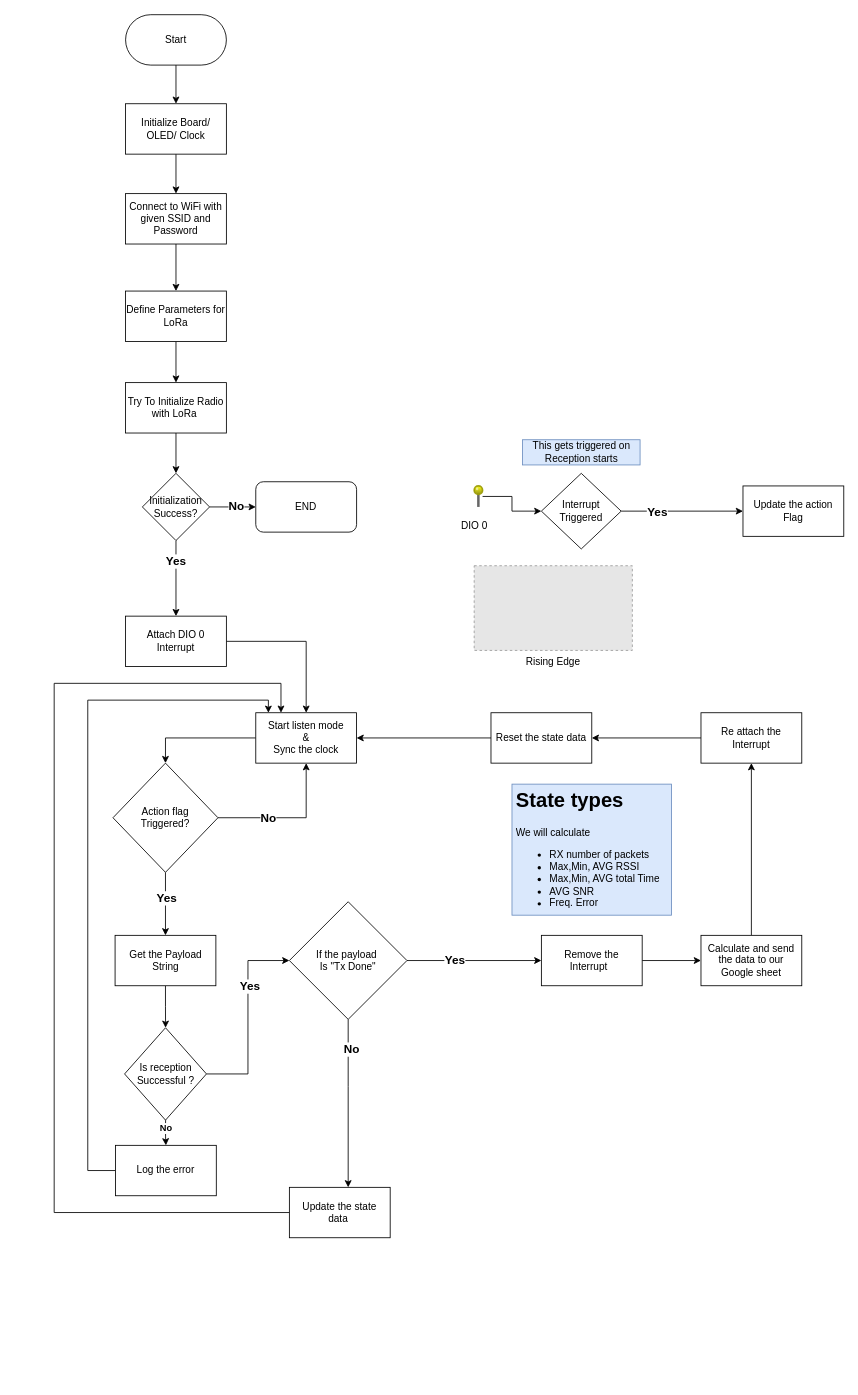
Before: EndNode.drawio in NuwanUdara/my-diagrams, a draw.io diagram. Source tidied: cells renumbered, new cells numbered last; positions are measured from the earlier drawing's top-left corner, leaving out a move shared by most shapes. Both pictures are drawn from the tidied source at 84%, with x=0, y=0 at pixel (54, 14). Pictures stored in the file or linked from it are replaced by grey dashed boxes.
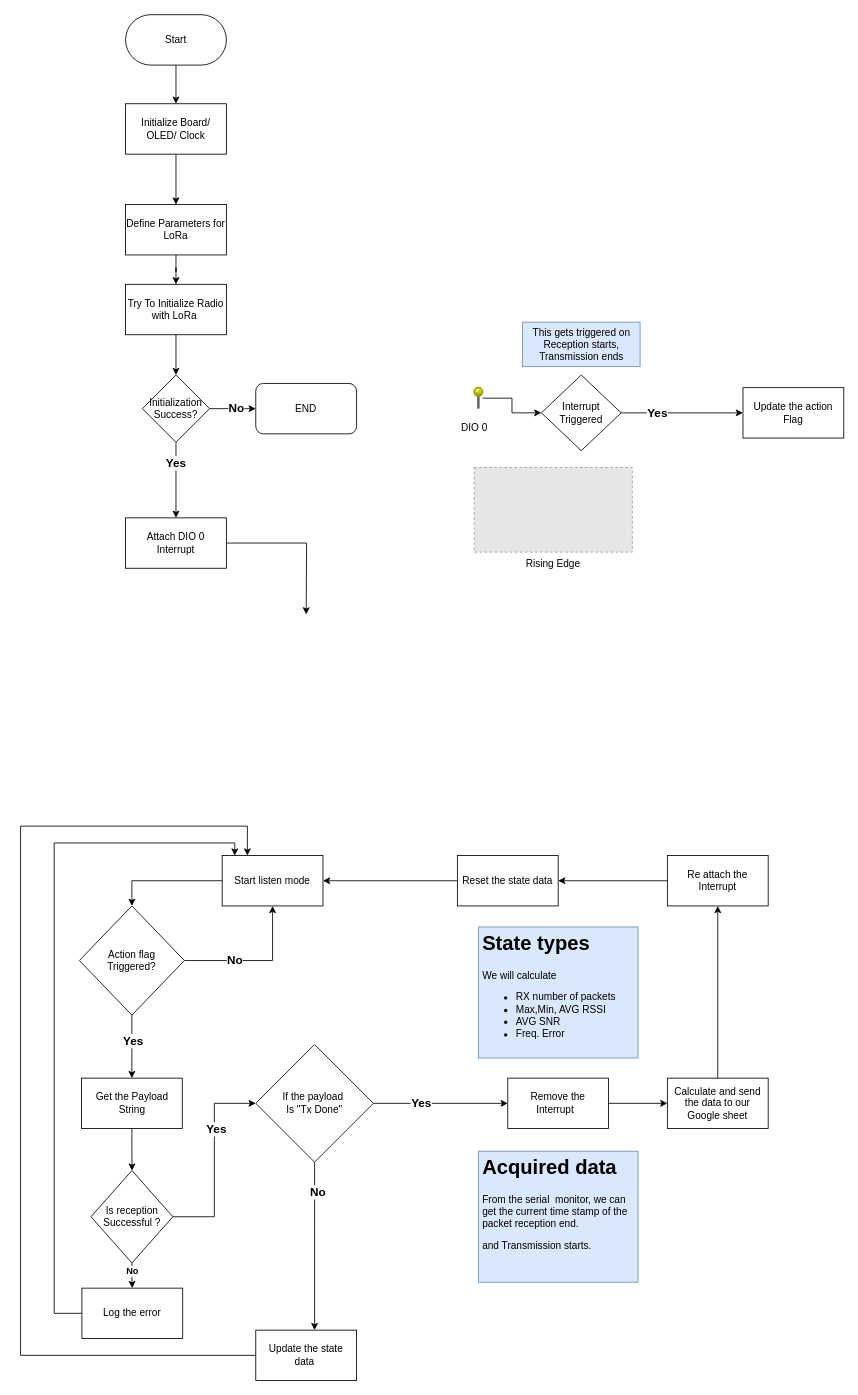
The same diagram, later.

The change refers to these unchanged cells:
```xml
<mxCell id="5" value="Initialize Board/ &lt;br&gt;OLED/ Clock" style="rounded=0;whiteSpace=wrap;html=1;" parent="1" vertex="1">
  <mxGeometry x="85" y="106" width="120" height="60" as="geometry" />
</mxCell>
<mxCell id="51" style="edgeStyle=orthogonalEdgeStyle;rounded=0;jettySize=auto;html=1;entryX=0;entryY=0.5;entryDx=0;entryDy=0;" parent="1" edge="1" source="55" target="31">
  <mxGeometry relative="1" as="geometry" />
</mxCell>
```

What changed in the source:
```diff
@@
-    <mxCell id="4" style="edgeStyle=orthogonalEdgeStyle;rounded=0;jettySize=auto;html=1;" parent="1" edge="1" source="5" target="59">
-      <mxGeometry relative="1" as="geometry" />
-    </mxCell>
+    <mxCell id="61" style="edgeStyle=orthogonalEdgeStyle;rounded=0;jettySize=auto;html=1;entryX=0.5;entryY=0;entryDx=0;entryDy=0;" parent="1" edge="1" source="5" target="7">
+      <mxGeometry relative="1" as="geometry" />
+    </mxCell>
@@
     <mxCell id="7" value="Define Parameters for LoRa" style="whiteSpace=wrap;html=1;rounded=0;" parent="1" vertex="1">
-      <mxGeometry x="85" y="329" width="120" height="60" as="geometry" />
+      <mxGeometry x="85" y="226" width="120" height="60" as="geometry" />
     </mxCell>
@@
     <mxCell id="9" value="Try To Initialize Radio with LoRa&amp;nbsp;" style="whiteSpace=wrap;html=1;rounded=0;" parent="1" vertex="1">
-      <mxGeometry x="85" y="438" width="120" height="60" as="geometry" />
+      <mxGeometry x="85" y="321" width="120" height="60" as="geometry" />
     </mxCell>
@@
     <mxCell id="14" value="Initialization&lt;br&gt;Success?" style="rhombus;whiteSpace=wrap;html=1;rounded=0;" parent="1" vertex="1">
-      <mxGeometry x="105" y="546" width="80" height="80" as="geometry" />
+      <mxGeometry x="105" y="429" width="80" height="80" as="geometry" />
     </mxCell>
-    <mxCell id="15" style="edgeStyle=orthogonalEdgeStyle;rounded=0;jettySize=auto;html=1;" parent="1" edge="1" source="16" target="26">
-      <mxGeometry relative="1" as="geometry" />
+    <mxCell id="15" style="edgeStyle=orthogonalEdgeStyle;rounded=0;jettySize=auto;html=1;" parent="1" edge="1" source="16">
+      <mxGeometry relative="1" as="geometry">
+        <mxPoint x="300" y="714" as="targetPoint" />
+      </mxGeometry>
     </mxCell>
     <mxCell id="16" value="Attach DIO 0 &lt;br&gt;Interrupt" style="whiteSpace=wrap;html=1;rounded=0;" parent="1" vertex="1">
-      <mxGeometry x="85" y="716" width="120" height="60" as="geometry" />
+      <mxGeometry x="85" y="599" width="120" height="60" as="geometry" />
     </mxCell>
     <mxCell id="17" value="END" style="rounded=1;whiteSpace=wrap;html=1;" parent="1" vertex="1">
-      <mxGeometry x="240" y="556" width="120" height="60" as="geometry" />
+      <mxGeometry x="240" y="439" width="120" height="60" as="geometry" />
     </mxCell>
-    <mxCell id="18" style="edgeStyle=orthogonalEdgeStyle;rounded=0;jettySize=auto;html=1;" parent="1" edge="1" source="22" target="24">
-      <mxGeometry relative="1" as="geometry" />
-    </mxCell>
-    <mxCell id="19" value="Yes" style="edgeLabel;html=1;align=center;verticalAlign=middle;fontSize=14;fontStyle=1;" parent="18" vertex="1">
-      <mxGeometry x="-0.19" y="2" relative="1" as="geometry">
-        <mxPoint x="-1" as="offset" />
-      </mxGeometry>
-    </mxCell>
-    <mxCell id="20" style="edgeStyle=orthogonalEdgeStyle;rounded=0;jettySize=auto;html=1;entryX=0.5;entryY=1;entryDx=0;entryDy=0;" parent="1" edge="1" source="22" target="26">
-      <mxGeometry relative="1" as="geometry" />
-    </mxCell>
-    <mxCell id="21" value="No" style="edgeLabel;html=1;align=center;verticalAlign=middle;fontSize=14;fontStyle=1;" parent="20" vertex="1">
-      <mxGeometry x="-0.31" y="1" relative="1" as="geometry" />
-    </mxCell>
-    <mxCell id="22" value="Action flag &lt;br&gt;Triggered?" style="rhombus;whiteSpace=wrap;html=1;" parent="1" vertex="1">
-      <mxGeometry x="70" y="891" width="125" height="130" as="geometry" />
-    </mxCell>
-    <mxCell id="23" style="edgeStyle=orthogonalEdgeStyle;rounded=0;jettySize=auto;html=1;" parent="1" edge="1" source="24" target="55">
-      <mxGeometry relative="1" as="geometry" />
-    </mxCell>
-    <mxCell id="24" value="Get the Payload String" style="whiteSpace=wrap;html=1;" parent="1" vertex="1">
-      <mxGeometry x="72.5" y="1096" width="120" height="60" as="geometry" />
-    </mxCell>
-    <mxCell id="25" style="edgeStyle=orthogonalEdgeStyle;rounded=0;jettySize=auto;html=1;entryX=0.5;entryY=0;entryDx=0;entryDy=0;" parent="1" edge="1" source="26" target="22">
-      <mxGeometry relative="1" as="geometry" />
-    </mxCell>
-    <mxCell id="26" value="Start listen mode&lt;br&gt;&amp;amp;&lt;br&gt;Sync the clock" style="rounded=0;whiteSpace=wrap;html=1;" parent="1" vertex="1">
-      <mxGeometry x="240" y="831" width="120" height="60" as="geometry" />
-    </mxCell>
-    <mxCell id="27" style="edgeStyle=orthogonalEdgeStyle;rounded=0;jettySize=auto;html=1;" parent="1" edge="1" source="31" target="33">
-      <mxGeometry relative="1" as="geometry" />
-    </mxCell>
-    <mxCell id="28" value="Yes" style="edgeLabel;html=1;align=center;verticalAlign=middle;fontStyle=1;fontSize=14;" parent="27" vertex="1">
-      <mxGeometry x="-0.3" y="1" relative="1" as="geometry" />
-    </mxCell>
-    <mxCell id="29" style="edgeStyle=orthogonalEdgeStyle;rounded=0;jettySize=auto;html=1;" parent="1" edge="1" source="31" target="35">
-      <mxGeometry relative="1" as="geometry">
-        <Array as="points">
-          <mxPoint x="350" y="1276" />
-          <mxPoint x="350" y="1276" />
-        </Array>
-      </mxGeometry>
-    </mxCell>
-    <mxCell id="30" value="No" style="edgeLabel;html=1;align=center;verticalAlign=middle;fontStyle=1;fontSize=14;" parent="29" vertex="1">
-      <mxGeometry x="-0.65" y="3" relative="1" as="geometry" />
-    </mxCell>
-    <mxCell id="31" value="If the payload&amp;nbsp;&lt;br&gt;Is &quot;Tx Done&quot;" style="rhombus;whiteSpace=wrap;html=1;" parent="1" vertex="1">
-      <mxGeometry x="280" y="1056" width="140" height="140" as="geometry" />
-    </mxCell>
-    <mxCell id="32" style="edgeStyle=orthogonalEdgeStyle;rounded=0;jettySize=auto;html=1;" parent="1" edge="1" source="33" target="39">
-      <mxGeometry relative="1" as="geometry" />
-    </mxCell>
-    <mxCell id="33" value="Remove the Interrupt&amp;nbsp;&amp;nbsp;" style="whiteSpace=wrap;html=1;" parent="1" vertex="1">
-      <mxGeometry x="580" y="1096" width="120" height="60" as="geometry" />
-    </mxCell>
-    <mxCell id="34" style="edgeStyle=orthogonalEdgeStyle;rounded=0;jettySize=auto;html=1;exitX=0;exitY=0.5;exitDx=0;exitDy=0;entryX=0.25;entryY=0;entryDx=0;entryDy=0;" parent="1" edge="1" source="35" target="26">
-      <mxGeometry relative="1" as="geometry">
-        <Array as="points">
-          <mxPoint y="1426" />
-          <mxPoint y="796" />
-          <mxPoint x="270" y="796" />
-        </Array>
-      </mxGeometry>
-    </mxCell>
-    <mxCell id="35" value="Update the state data&amp;nbsp;" style="whiteSpace=wrap;html=1;" parent="1" vertex="1">
-      <mxGeometry x="280" y="1396" width="120" height="60" as="geometry" />
-    </mxCell>
-    <mxCell id="36" style="edgeStyle=orthogonalEdgeStyle;rounded=0;jettySize=auto;html=1;entryX=1;entryY=0.5;entryDx=0;entryDy=0;" parent="1" edge="1" source="37" target="26">
-      <mxGeometry relative="1" as="geometry">
-        <Array as="points">
-          <mxPoint x="560" y="861" />
-        </Array>
-      </mxGeometry>
-    </mxCell>
-    <mxCell id="37" value="Reset the state data" style="whiteSpace=wrap;html=1;" parent="1" vertex="1">
-      <mxGeometry x="520" y="831" width="120" height="60" as="geometry" />
-    </mxCell>
-    <mxCell id="38" style="edgeStyle=orthogonalEdgeStyle;rounded=0;jettySize=auto;html=1;" parent="1" edge="1" source="39" target="41">
-      <mxGeometry relative="1" as="geometry" />
-    </mxCell>
-    <mxCell id="39" value="Calculate and send the data to our Google sheet" style="whiteSpace=wrap;html=1;" parent="1" vertex="1">
-      <mxGeometry x="770" y="1096" width="120" height="60" as="geometry" />
-    </mxCell>
-    <mxCell id="40" style="edgeStyle=orthogonalEdgeStyle;rounded=0;jettySize=auto;html=1;entryX=1;entryY=0.5;entryDx=0;entryDy=0;" parent="1" edge="1" source="41" target="37">
-      <mxGeometry relative="1" as="geometry" />
-    </mxCell>
-    <mxCell id="41" value="Re attach the Interrupt" style="whiteSpace=wrap;html=1;" parent="1" vertex="1">
-      <mxGeometry x="770" y="831" width="120" height="60" as="geometry" />
-    </mxCell>
@@
     <mxCell id="44" value="Interrupt Triggered" style="rhombus;whiteSpace=wrap;html=1;rounded=0;" parent="1" vertex="1">
-      <mxGeometry x="580" y="546" width="95" height="90" as="geometry" />
+      <mxGeometry x="580" y="429" width="95" height="90" as="geometry" />
     </mxCell>
     <mxCell id="45" value="Update the action Flag" style="rounded=0;whiteSpace=wrap;html=1;" parent="1" vertex="1">
-      <mxGeometry x="820" y="561" width="120" height="60" as="geometry" />
+      <mxGeometry x="820" y="444" width="120" height="60" as="geometry" />
     </mxCell>
-    <mxCell id="46" value="This gets triggered on Reception starts" style="text;html=1;strokeColor=#6c8ebf;fillColor=#dae8fc;align=center;verticalAlign=middle;whiteSpace=wrap;rounded=0;" parent="1" vertex="1">
-      <mxGeometry x="557.5" y="506" width="140" height="30" as="geometry" />
+    <mxCell id="46" value="This gets triggered on Reception starts,&lt;div&gt;Transmission ends&lt;/div&gt;" style="text;html=1;strokeColor=#6c8ebf;fillColor=#dae8fc;align=center;verticalAlign=middle;whiteSpace=wrap;rounded=0;" parent="1" vertex="1">
+      <mxGeometry x="557.5" y="366" width="140" height="53" as="geometry" />
     </mxCell>
@@
     <mxCell id="48" style="verticalLabelPosition=top;shadow=0;dashed=0;align=center;html=1;verticalAlign=bottom;strokeWidth=1;shape=mxgraph.mockup.misc.pin;fillColor2=#ffff00;fillColor3=#888800;strokeColor=#999900;" parent="1" vertex="1">
-      <mxGeometry x="500" y="561" width="10" height="25" as="geometry" />
+      <mxGeometry x="500" y="444" width="10" height="25" as="geometry" />
     </mxCell>
     <mxCell id="49" value="Rising Edge" style="fillColor=#E6E6E6;strokeColor=#999999;dashed=1;verticalLabelPosition=bottom;labelBackgroundColor=default;verticalAlign=top;" parent="1" vertex="1">
-      <mxGeometry x="500" y="656" width="188.3" height="100.8" as="geometry" />
+      <mxGeometry x="500" y="539" width="188.3" height="100.8" as="geometry" />
     </mxCell>
     <mxCell id="50" value="DIO 0" style="text;html=1;align=center;verticalAlign=middle;strokeColor=none;fillColor=none;" parent="1" vertex="1">
-      <mxGeometry x="475" y="594" width="50" height="30" as="geometry" />
+      <mxGeometry x="475" y="477" width="50" height="30" as="geometry" />
     </mxCell>
+    <mxCell id="18" style="edgeStyle=orthogonalEdgeStyle;rounded=0;jettySize=auto;html=1;" parent="1" edge="1" source="22" target="24">
+      <mxGeometry relative="1" as="geometry" />
+    </mxCell>
+    <mxCell id="19" value="Yes" style="edgeLabel;html=1;align=center;verticalAlign=middle;fontSize=14;fontStyle=1;" parent="18" vertex="1">
+      <mxGeometry x="-0.19" y="2" relative="1" as="geometry">
+        <mxPoint x="-1" as="offset" />
+      </mxGeometry>
+    </mxCell>
+    <mxCell id="62" style="edgeStyle=orthogonalEdgeStyle;rounded=0;jettySize=auto;html=1;entryX=0.5;entryY=1;entryDx=0;entryDy=0;" parent="1" edge="1" source="22" target="64">
+      <mxGeometry relative="1" as="geometry" />
+    </mxCell>
+    <mxCell id="21" value="No" style="edgeLabel;html=1;align=center;verticalAlign=middle;fontSize=14;fontStyle=1;" parent="62" vertex="1">
+      <mxGeometry x="-0.31" y="1" relative="1" as="geometry" />
+    </mxCell>
+    <mxCell id="22" value="Action flag &lt;br&gt;Triggered?" style="rhombus;whiteSpace=wrap;html=1;" parent="1" vertex="1">
+      <mxGeometry x="30" y="1061" width="125" height="130" as="geometry" />
+    </mxCell>
+    <mxCell id="23" style="edgeStyle=orthogonalEdgeStyle;rounded=0;jettySize=auto;html=1;" parent="1" edge="1" source="24" target="55">
+      <mxGeometry relative="1" as="geometry" />
+    </mxCell>
+    <mxCell id="24" value="Get the Payload String" style="whiteSpace=wrap;html=1;" parent="1" vertex="1">
+      <mxGeometry x="32.5" y="1266" width="120" height="60" as="geometry" />
+    </mxCell>
+    <mxCell id="63" style="edgeStyle=orthogonalEdgeStyle;rounded=0;jettySize=auto;html=1;entryX=0.5;entryY=0;entryDx=0;entryDy=0;" parent="1" edge="1" source="64" target="22">
+      <mxGeometry relative="1" as="geometry" />
+    </mxCell>
+    <mxCell id="64" value="Start listen mode" style="rounded=0;whiteSpace=wrap;html=1;" parent="1" vertex="1">
+      <mxGeometry x="200" y="1001" width="120" height="60" as="geometry" />
+    </mxCell>
+    <mxCell id="27" style="edgeStyle=orthogonalEdgeStyle;rounded=0;jettySize=auto;html=1;" parent="1" edge="1" source="31" target="33">
+      <mxGeometry relative="1" as="geometry" />
+    </mxCell>
+    <mxCell id="65" value="Yes" style="edgeLabel;html=1;align=center;verticalAlign=middle;fontStyle=1;fontSize=14;" parent="27" vertex="1">
+      <mxGeometry x="-0.3" y="1" relative="1" as="geometry" />
+    </mxCell>
+    <mxCell id="29" style="edgeStyle=orthogonalEdgeStyle;rounded=0;jettySize=auto;html=1;" parent="1" edge="1" source="31" target="35">
+      <mxGeometry relative="1" as="geometry">
+        <Array as="points">
+          <mxPoint x="310" y="1446" />
+          <mxPoint x="310" y="1446" />
+        </Array>
+      </mxGeometry>
+    </mxCell>
+    <mxCell id="30" value="No" style="edgeLabel;html=1;align=center;verticalAlign=middle;fontStyle=1;fontSize=14;" parent="29" vertex="1">
+      <mxGeometry x="-0.65" y="3" relative="1" as="geometry" />
+    </mxCell>
+    <mxCell id="31" value="If the payload&amp;nbsp;&lt;br&gt;Is &quot;Tx Done&quot;" style="rhombus;whiteSpace=wrap;html=1;" parent="1" vertex="1">
+      <mxGeometry x="240" y="1226" width="140" height="140" as="geometry" />
+    </mxCell>
+    <mxCell id="32" style="edgeStyle=orthogonalEdgeStyle;rounded=0;jettySize=auto;html=1;" parent="1" edge="1" source="33" target="39">
+      <mxGeometry relative="1" as="geometry" />
+    </mxCell>
+    <mxCell id="33" value="Remove the Interrupt&amp;nbsp;&amp;nbsp;" style="whiteSpace=wrap;html=1;" parent="1" vertex="1">
+      <mxGeometry x="540" y="1266" width="120" height="60" as="geometry" />
+    </mxCell>
+    <mxCell id="66" style="edgeStyle=orthogonalEdgeStyle;rounded=0;jettySize=auto;html=1;exitX=0;exitY=0.5;exitDx=0;exitDy=0;entryX=0.25;entryY=0;entryDx=0;entryDy=0;" parent="1" edge="1" source="35" target="64">
+      <mxGeometry relative="1" as="geometry">
+        <Array as="points">
+          <mxPoint x="-40" y="1596" />
+          <mxPoint x="-40" y="966" />
+          <mxPoint x="230" y="966" />
+        </Array>
+      </mxGeometry>
+    </mxCell>
+    <mxCell id="35" value="Update the state data&amp;nbsp;" style="whiteSpace=wrap;html=1;" parent="1" vertex="1">
+      <mxGeometry x="240" y="1566" width="120" height="60" as="geometry" />
+    </mxCell>
+    <mxCell id="67" style="edgeStyle=orthogonalEdgeStyle;rounded=0;jettySize=auto;html=1;entryX=1;entryY=0.5;entryDx=0;entryDy=0;" parent="1" edge="1" source="37" target="64">
+      <mxGeometry relative="1" as="geometry">
+        <Array as="points">
+          <mxPoint x="520" y="1031" />
+        </Array>
+      </mxGeometry>
+    </mxCell>
+    <mxCell id="37" value="Reset the state data" style="whiteSpace=wrap;html=1;" parent="1" vertex="1">
+      <mxGeometry x="480" y="1001" width="120" height="60" as="geometry" />
+    </mxCell>
+    <mxCell id="38" style="edgeStyle=orthogonalEdgeStyle;rounded=0;jettySize=auto;html=1;" parent="1" edge="1" source="39" target="41">
+      <mxGeometry relative="1" as="geometry" />
+    </mxCell>
+    <mxCell id="39" value="Calculate and send the data to our Google sheet" style="whiteSpace=wrap;html=1;" parent="1" vertex="1">
+      <mxGeometry x="730" y="1266" width="120" height="60" as="geometry" />
+    </mxCell>
+    <mxCell id="40" style="edgeStyle=orthogonalEdgeStyle;rounded=0;jettySize=auto;html=1;entryX=1;entryY=0.5;entryDx=0;entryDy=0;" parent="1" edge="1" source="41" target="37">
+      <mxGeometry relative="1" as="geometry" />
+    </mxCell>
+    <mxCell id="41" value="Re attach the Interrupt" style="whiteSpace=wrap;html=1;" parent="1" vertex="1">
+      <mxGeometry x="730" y="1001" width="120" height="60" as="geometry" />
+    </mxCell>
@@
-    <mxCell id="52" value="Yes" style="edgeLabel;html=1;align=center;verticalAlign=middle;fontStyle=1;fontSize=14;" parent="51" vertex="1">
-      <mxGeometry x="0.32" y="-2" relative="1" as="geometry" />
-    </mxCell>
+    <mxCell id="68" value="Yes" style="edgeLabel;html=1;align=center;verticalAlign=middle;fontStyle=1;fontSize=14;" parent="51" vertex="1">
+      <mxGeometry x="0.32" y="-2" relative="1" as="geometry" />
+    </mxCell>
@@
     <mxCell id="55" value="Is reception Successful ?" style="rhombus;whiteSpace=wrap;html=1;" parent="1" vertex="1">
-      <mxGeometry x="83.8" y="1206" width="97.5" height="110" as="geometry" />
+      <mxGeometry x="43.8" y="1376" width="97.5" height="110" as="geometry" />
     </mxCell>
-    <mxCell id="56" style="edgeStyle=orthogonalEdgeStyle;rounded=0;jettySize=auto;html=1;exitX=0;exitY=0.5;exitDx=0;exitDy=0;entryX=0.125;entryY=0.001;entryDx=0;entryDy=0;entryPerimeter=0;" parent="1" edge="1" source="57" target="26">
-      <mxGeometry relative="1" as="geometry">
-        <Array as="points">
-          <mxPoint x="40" y="1376" />
-          <mxPoint x="40" y="816" />
-          <mxPoint x="255" y="816" />
-        </Array>
-      </mxGeometry>
-    </mxCell>
+    <mxCell id="69" style="edgeStyle=orthogonalEdgeStyle;rounded=0;jettySize=auto;html=1;exitX=0;exitY=0.5;exitDx=0;exitDy=0;entryX=0.125;entryY=0.001;entryDx=0;entryDy=0;entryPerimeter=0;" parent="1" edge="1" source="57" target="64">
+      <mxGeometry relative="1" as="geometry">
+        <Array as="points">
+          <mxPoint y="1546" />
+          <mxPoint y="986" />
+          <mxPoint x="215" y="986" />
+        </Array>
+      </mxGeometry>
+    </mxCell>
     <mxCell id="57" value="Log the error" style="rounded=0;whiteSpace=wrap;html=1;" parent="1" vertex="1">
-      <mxGeometry x="73" y="1346" width="120" height="60" as="geometry" />
+      <mxGeometry x="33" y="1516" width="120" height="60" as="geometry" />
     </mxCell>
-    <mxCell id="58" style="edgeStyle=orthogonalEdgeStyle;rounded=0;jettySize=auto;html=1;" parent="1" edge="1" source="59" target="7">
-      <mxGeometry relative="1" as="geometry" />
-    </mxCell>
-    <mxCell id="59" value="Connect to WiFi with given SSID and Password" style="whiteSpace=wrap;html=1;rounded=0;" parent="1" vertex="1">
-      <mxGeometry x="85" y="213" width="120" height="60" as="geometry" />
-    </mxCell>
-    <mxCell id="60" value="&lt;h1&gt;State types&lt;/h1&gt;&lt;p&gt;We will calculate&lt;/p&gt;&lt;p&gt;&lt;/p&gt;&lt;ul&gt;&lt;li&gt;RX number of packets&lt;/li&gt;&lt;li&gt;Max,Min, AVG RSSI&lt;/li&gt;&lt;li&gt;Max,Min, AVG total Time&lt;/li&gt;&lt;li&gt;AVG SNR&lt;/li&gt;&lt;li&gt;Freq. Error&lt;/li&gt;&lt;/ul&gt;&lt;p&gt;&lt;/p&gt;" style="text;html=1;strokeColor=#6c8ebf;fillColor=#dae8fc;spacing=5;spacingTop=-20;whiteSpace=wrap;overflow=hidden;rounded=0;" parent="1" vertex="1">
-      <mxGeometry x="545" y="916" width="190" height="156" as="geometry" />
-    </mxCell>
+    <mxCell id="70" value="&lt;h1&gt;State types&lt;/h1&gt;&lt;p&gt;We will calculate&lt;/p&gt;&lt;p&gt;&lt;/p&gt;&lt;ul&gt;&lt;li&gt;RX number of packets&lt;/li&gt;&lt;li&gt;Max,Min, AVG RSSI&lt;/li&gt;&lt;li&gt;AVG SNR&lt;/li&gt;&lt;li&gt;Freq. Error&lt;/li&gt;&lt;/ul&gt;&lt;p&gt;&lt;/p&gt;" style="text;html=1;strokeColor=#6c8ebf;fillColor=#dae8fc;spacing=5;spacingTop=-20;whiteSpace=wrap;overflow=hidden;rounded=0;" parent="1" vertex="1">
+      <mxGeometry x="505" y="1086" width="190" height="156" as="geometry" />
+    </mxCell>
+    <mxCell id="71" value="&lt;h1&gt;Acquired&amp;nbsp;data&lt;/h1&gt;&lt;p&gt;From the serial&amp;nbsp; monitor, we can get the current time stamp of the packet reception end.&lt;/p&gt;&lt;p&gt;and Transmission starts.&lt;/p&gt;&lt;p&gt;&lt;/p&gt;" style="text;html=1;strokeColor=#6c8ebf;fillColor=#dae8fc;spacing=5;spacingTop=-20;whiteSpace=wrap;overflow=hidden;rounded=0;" parent="1" vertex="1">
+      <mxGeometry x="505" y="1353" width="190" height="156" as="geometry" />
+    </mxCell>
```
